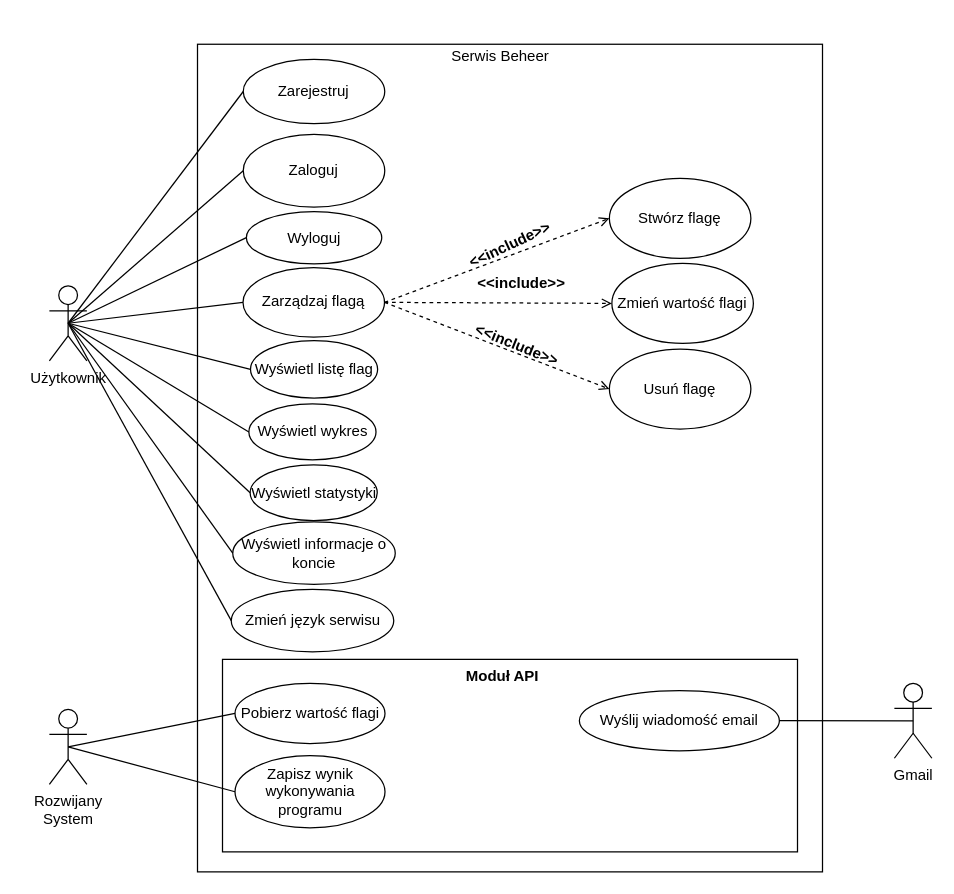
The draw.io diagram Praca_Inzynierska/diagrams/usecase.drawio in AdamSzr/Beheer, before the edit. Source tidied: cells renumbered, new cells numbered last; positions are measured from the earlier drawing's top-left corner, leaving out a move shared by most shapes. Both pictures are drawn from the tidied source at 125%, with x=0, y=0 at pixel (49, 21).
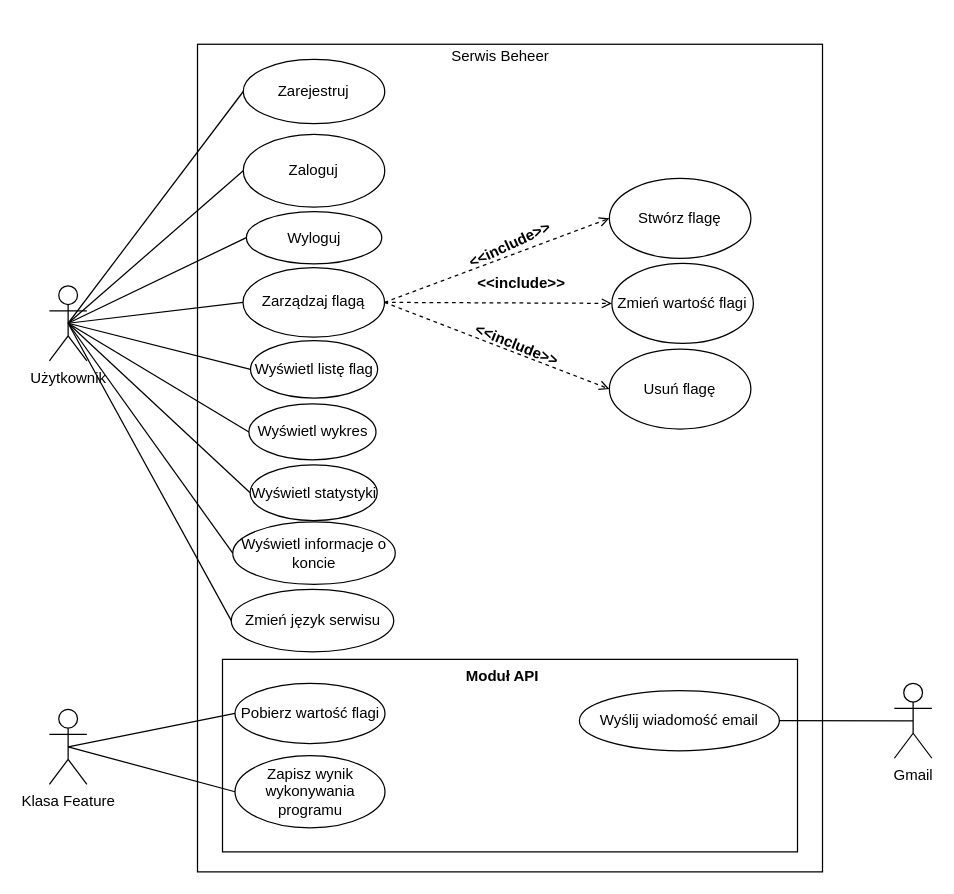
The same page after the edit.

Commit message (it also covers changes not shown here):
diagram sekwencji

What changed in the source:
```diff
@@
-    <mxCell id="48" value="Rozwijany&lt;br&gt;System" style="shape=umlActor;verticalLabelPosition=bottom;verticalAlign=top;html=1;rounded=0;" parent="1" vertex="1">
+    <mxCell id="48" value="Klasa Feature" style="shape=umlActor;verticalLabelPosition=bottom;verticalAlign=top;html=1;rounded=0;" parent="1" vertex="1">
       <mxGeometry y="550" width="30" height="60" as="geometry" />
     </mxCell>
```
